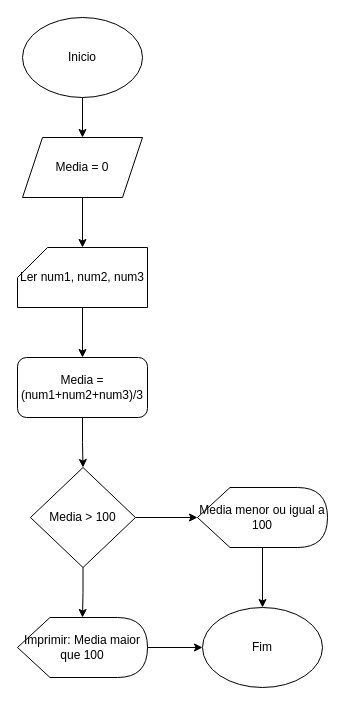
The draw.io diagram Sixth Diagram.drawio in LuizHelio-Fim/Fluxogramas, before the edit. Source tidied: cells renumbered, new cells numbered last; positions are measured from the earlier drawing's top-left corner, leaving out a move shared by most shapes. Both pictures are drawn from the tidied source at 100%, with x=0, y=0 at pixel (17, 17).
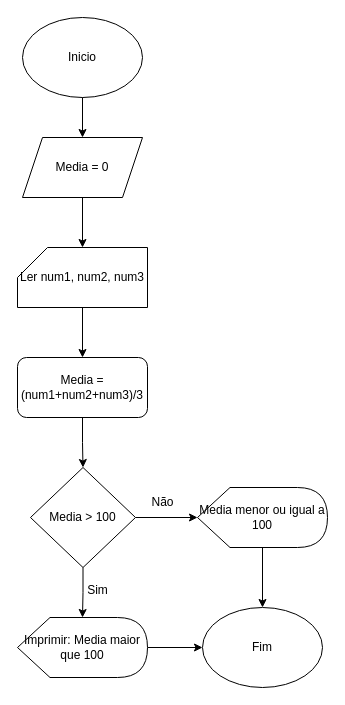
The same page after the edit.

Change to the diagram source:
```diff
@@
 <mxGraphModel>
   <root>
     <mxCell id="0" />
     <mxCell id="1" parent="0" />
     <mxCell id="2" value="Inicio" style="ellipse;whiteSpace=wrap;html=1;" parent="1" vertex="1">
       <mxGeometry x="5" width="120" height="80" as="geometry" />
     </mxCell>
     <mxCell id="3" style="edgeStyle=orthogonalEdgeStyle;rounded=0;jettySize=auto;html=1;entryX=0.5;entryY=0;entryDx=0;entryDy=0;" parent="1" edge="1" source="4" target="6">
       <mxGeometry relative="1" as="geometry" />
     </mxCell>
     <mxCell id="4" value="Ler num1, num2, num3" style="shape=card;whiteSpace=wrap;html=1;" parent="1" vertex="1">
       <mxGeometry y="230" width="130" height="60" as="geometry" />
     </mxCell>
     <mxCell id="5" style="edgeStyle=orthogonalEdgeStyle;rounded=0;jettySize=auto;html=1;" parent="1" edge="1" source="6" target="12">
       <mxGeometry relative="1" as="geometry" />
     </mxCell>
     <mxCell id="6" value="Media =(num1+num2+num3)/3" style="rounded=1;whiteSpace=wrap;html=1;" parent="1" vertex="1">
       <mxGeometry y="340" width="130" height="60" as="geometry" />
     </mxCell>
     <mxCell id="7" style="edgeStyle=orthogonalEdgeStyle;rounded=0;jettySize=auto;html=1;" parent="1" edge="1" source="2" target="9">
       <mxGeometry relative="1" as="geometry" />
     </mxCell>
     <mxCell id="8" style="edgeStyle=orthogonalEdgeStyle;rounded=0;jettySize=auto;html=1;" parent="1" edge="1" source="9" target="4">
       <mxGeometry relative="1" as="geometry" />
     </mxCell>
     <mxCell id="9" value="Media = 0" style="shape=parallelogram;perimeter=parallelogramPerimeter;whiteSpace=wrap;html=1;fixedSize=1;" parent="1" vertex="1">
       <mxGeometry x="5" y="120" width="120" height="60" as="geometry" />
     </mxCell>
     <mxCell id="10" style="edgeStyle=orthogonalEdgeStyle;rounded=0;jettySize=auto;html=1;" parent="1" edge="1" source="12" target="14">
       <mxGeometry relative="1" as="geometry" />
     </mxCell>
     <mxCell id="11" style="edgeStyle=orthogonalEdgeStyle;rounded=0;jettySize=auto;html=1;" parent="1" edge="1" source="12" target="16">
       <mxGeometry relative="1" as="geometry" />
     </mxCell>
     <mxCell id="12" value="Media &amp;gt; 100" style="rhombus;whiteSpace=wrap;html=1;" parent="1" vertex="1">
       <mxGeometry x="13" y="450" width="105" height="100" as="geometry" />
     </mxCell>
     <mxCell id="13" style="edgeStyle=orthogonalEdgeStyle;rounded=0;jettySize=auto;html=1;" parent="1" edge="1" source="14" target="17">
       <mxGeometry relative="1" as="geometry" />
     </mxCell>
     <mxCell id="14" value="Imprimir: Media maior que 100" style="shape=display;whiteSpace=wrap;html=1;" parent="1" vertex="1">
       <mxGeometry y="600" width="130" height="60" as="geometry" />
     </mxCell>
     <mxCell id="15" style="edgeStyle=orthogonalEdgeStyle;rounded=0;jettySize=auto;html=1;" parent="1" edge="1" source="16" target="17">
       <mxGeometry relative="1" as="geometry" />
     </mxCell>
     <mxCell id="16" value="Media menor ou igual a 100" style="shape=display;whiteSpace=wrap;html=1;" parent="1" vertex="1">
       <mxGeometry x="180" y="470" width="130" height="60" as="geometry" />
     </mxCell>
     <mxCell id="17" value="Fim" style="ellipse;whiteSpace=wrap;html=1;" parent="1" vertex="1">
       <mxGeometry x="185" y="590" width="120" height="80" as="geometry" />
     </mxCell>
+    <mxCell id="18" value="Sim" style="text;html=1;align=center;verticalAlign=middle;strokeColor=none;fillColor=none;" parent="1" vertex="1">
+      <mxGeometry x="60" y="558" width="40" height="30" as="geometry" />
+    </mxCell>
+    <mxCell id="19" value="Não" style="text;html=1;align=center;verticalAlign=middle;strokeColor=none;fillColor=none;" parent="1" vertex="1">
+      <mxGeometry x="120" y="470" width="50" height="30" as="geometry" />
+    </mxCell>
   </root>
 </mxGraphModel>
```
